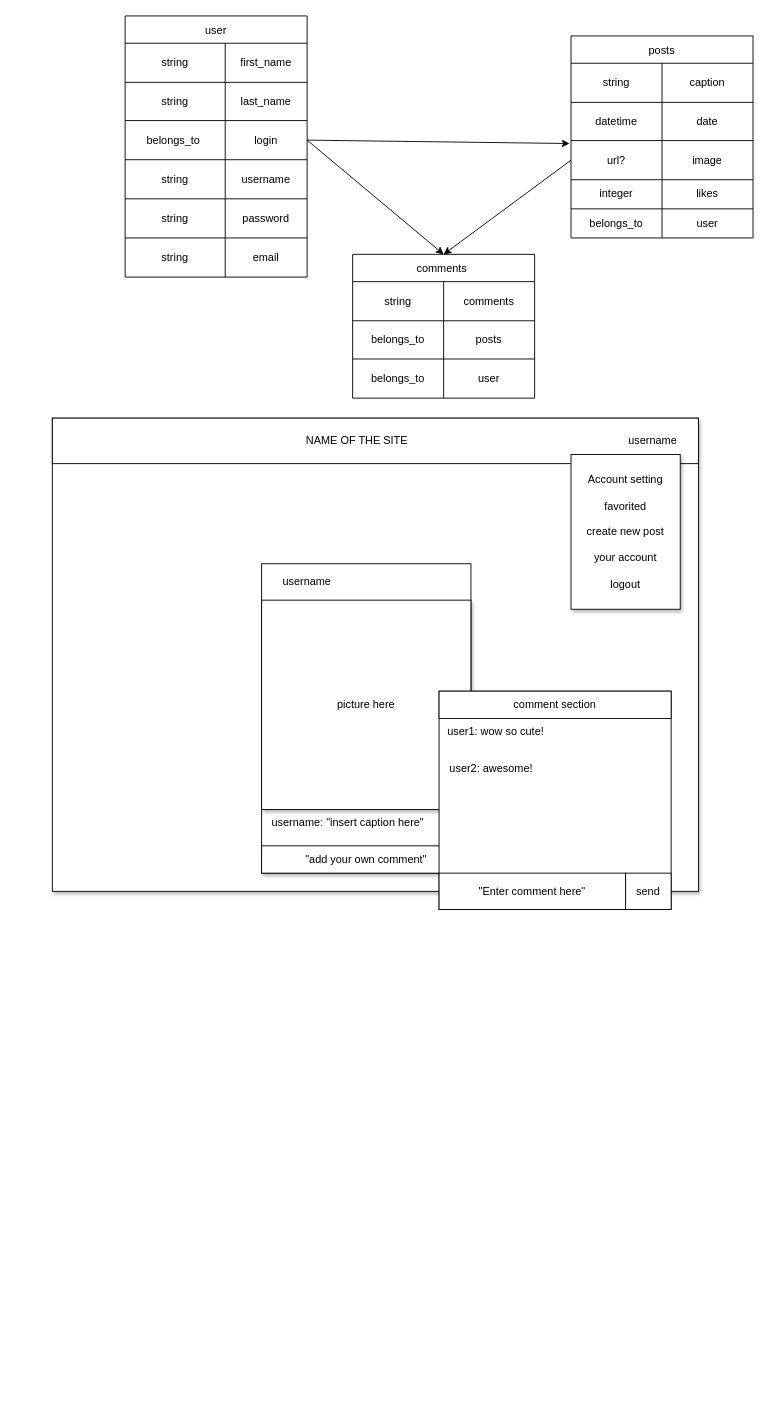
The draw.io diagram project/USER.drawio in uyggnues/phase-3-project, before the edit. Source tidied: cells renumbered, new cells numbered last; positions are measured from the earlier drawing's top-left corner, leaving out a move shared by most shapes. Both pictures are drawn from the tidied source at 91%, with x=0, y=0 at pixel (52, 15).
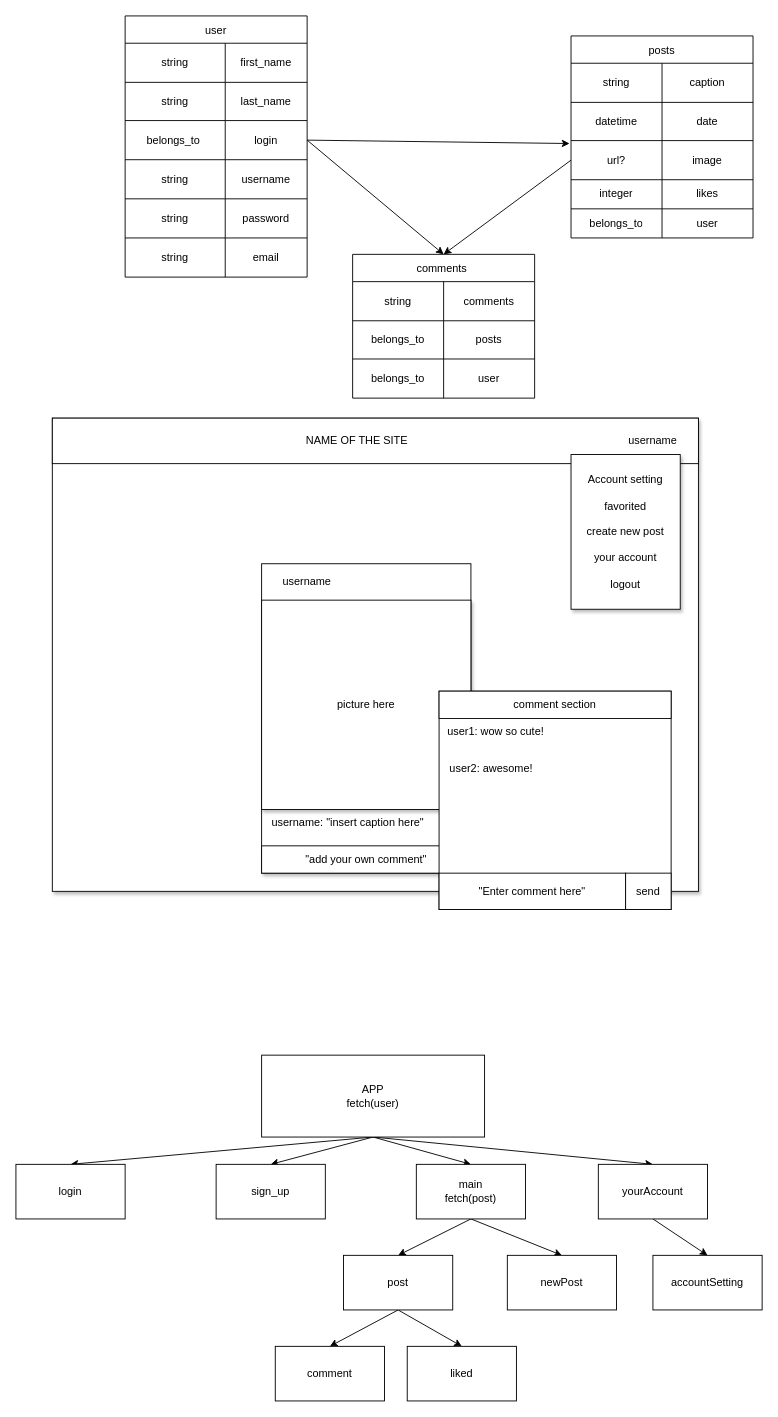
Above is the later version.

Change to the diagram source:
```diff
@@
+    <mxCell id="67" style="edgeStyle=none;html=1;exitX=0.5;exitY=1;exitDx=0;exitDy=0;entryX=0.5;entryY=0;entryDx=0;entryDy=0;" parent="1" edge="1" source="71" target="72">
+      <mxGeometry relative="1" as="geometry" />
+    </mxCell>
+    <mxCell id="68" style="edgeStyle=none;html=1;exitX=0.5;exitY=1;exitDx=0;exitDy=0;entryX=0.5;entryY=0;entryDx=0;entryDy=0;" parent="1" edge="1" source="71" target="73">
+      <mxGeometry relative="1" as="geometry" />
+    </mxCell>
+    <mxCell id="69" style="edgeStyle=none;html=1;exitX=0.5;exitY=1;exitDx=0;exitDy=0;entryX=0.5;entryY=0;entryDx=0;entryDy=0;" parent="1" edge="1" source="71" target="76">
+      <mxGeometry relative="1" as="geometry" />
+    </mxCell>
+    <mxCell id="70" style="edgeStyle=none;html=1;exitX=0.5;exitY=1;exitDx=0;exitDy=0;entryX=0.5;entryY=0;entryDx=0;entryDy=0;" parent="1" edge="1" source="71" target="85">
+      <mxGeometry relative="1" as="geometry" />
+    </mxCell>
+    <mxCell id="71" value="APP&lt;br&gt;fetch(user)" style="whiteSpace=wrap;html=1;" parent="1" vertex="1">
+      <mxGeometry x="230" y="1142" width="245" height="90" as="geometry" />
+    </mxCell>
+    <mxCell id="72" value="login" style="whiteSpace=wrap;html=1;" parent="1" vertex="1">
+      <mxGeometry x="-40" y="1262" width="120" height="60" as="geometry" />
+    </mxCell>
+    <mxCell id="73" value="sign_up" style="whiteSpace=wrap;html=1;" parent="1" vertex="1">
+      <mxGeometry x="180" y="1262" width="120" height="60" as="geometry" />
+    </mxCell>
+    <mxCell id="74" style="edgeStyle=none;html=1;exitX=0.5;exitY=1;exitDx=0;exitDy=0;entryX=0.5;entryY=0;entryDx=0;entryDy=0;" parent="1" edge="1" source="76" target="79">
+      <mxGeometry relative="1" as="geometry" />
+    </mxCell>
+    <mxCell id="75" style="edgeStyle=none;html=1;exitX=0.5;exitY=1;exitDx=0;exitDy=0;entryX=0.5;entryY=0;entryDx=0;entryDy=0;" parent="1" edge="1" source="76" target="83">
+      <mxGeometry relative="1" as="geometry" />
+    </mxCell>
+    <mxCell id="76" value="main&lt;br&gt;fetch(post)" style="whiteSpace=wrap;html=1;" parent="1" vertex="1">
+      <mxGeometry x="400" y="1262" width="120" height="60" as="geometry" />
+    </mxCell>
+    <mxCell id="77" style="edgeStyle=none;html=1;exitX=0.5;exitY=1;exitDx=0;exitDy=0;entryX=0.5;entryY=0;entryDx=0;entryDy=0;" parent="1" edge="1" source="79" target="80">
+      <mxGeometry relative="1" as="geometry" />
+    </mxCell>
+    <mxCell id="78" style="edgeStyle=none;html=1;exitX=0.5;exitY=1;exitDx=0;exitDy=0;entryX=0.5;entryY=0;entryDx=0;entryDy=0;" parent="1" edge="1" source="79" target="82">
+      <mxGeometry relative="1" as="geometry" />
+    </mxCell>
+    <mxCell id="79" value="post" style="whiteSpace=wrap;html=1;" parent="1" vertex="1">
+      <mxGeometry x="320" y="1362" width="120" height="60" as="geometry" />
+    </mxCell>
+    <mxCell id="80" value="comment" style="whiteSpace=wrap;html=1;" parent="1" vertex="1">
+      <mxGeometry x="245" y="1462" width="120" height="60" as="geometry" />
+    </mxCell>
+    <mxCell id="81" value="accountSetting" style="whiteSpace=wrap;html=1;" parent="1" vertex="1">
+      <mxGeometry x="660" y="1362" width="120" height="60" as="geometry" />
+    </mxCell>
+    <mxCell id="82" value="liked" style="whiteSpace=wrap;html=1;" parent="1" vertex="1">
+      <mxGeometry x="390" y="1462" width="120" height="60" as="geometry" />
+    </mxCell>
+    <mxCell id="83" value="newPost" style="whiteSpace=wrap;html=1;" parent="1" vertex="1">
+      <mxGeometry x="500" y="1362" width="120" height="60" as="geometry" />
+    </mxCell>
+    <mxCell id="84" style="edgeStyle=none;html=1;exitX=0.5;exitY=1;exitDx=0;exitDy=0;entryX=0.5;entryY=0;entryDx=0;entryDy=0;" parent="1" edge="1" source="85" target="81">
+      <mxGeometry relative="1" as="geometry" />
+    </mxCell>
+    <mxCell id="85" value="yourAccount" style="whiteSpace=wrap;html=1;" parent="1" vertex="1">
+      <mxGeometry x="600" y="1262" width="120" height="60" as="geometry" />
+    </mxCell>
```
